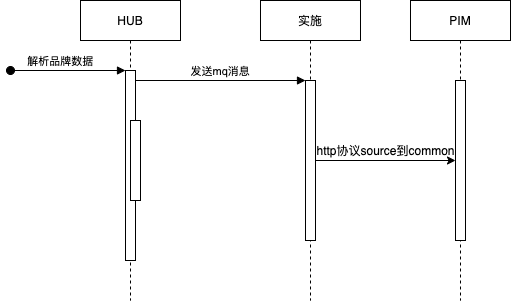
zq2020520/diagrams keeps this draw.io diagram as Untitled Diagram.png. Above is the earlier version. Source tidied: cells renumbered, new cells last; positions are measured from the earlier drawing's top-left corner, leaving out a move shared by most shapes.
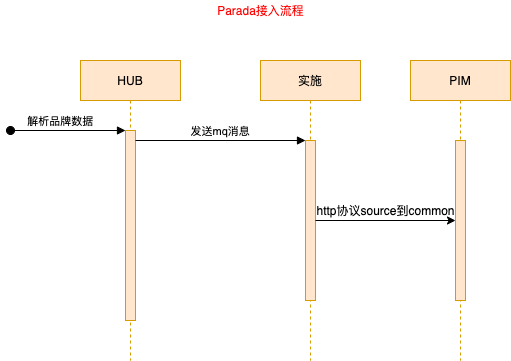
Later version of the same file.

Change to the diagram source:
```diff
@@ -2,10 +2,10 @@
   <root>
     <mxCell id="0" />
     <mxCell id="1" parent="0" />
-    <mxCell id="2" value="HUB" style="shape=umlLifeline;perimeter=lifelinePerimeter;rounded=0;shadow=0;strokeWidth=1;" parent="1" vertex="1">
+    <mxCell id="2" value="HUB" style="shape=umlLifeline;perimeter=lifelinePerimeter;rounded=0;shadow=0;strokeWidth=1;fillColor=#ffe6cc;strokeColor=#d79b00;" parent="1" vertex="1">
       <mxGeometry x="70" width="100" height="300" as="geometry" />
     </mxCell>
-    <mxCell id="3" style="points=[];perimeter=orthogonalPerimeter;rounded=0;shadow=0;strokeWidth=1;" parent="2" vertex="1">
+    <mxCell id="3" style="points=[];perimeter=orthogonalPerimeter;rounded=0;shadow=0;strokeWidth=1;fillColor=#ffe6cc;strokeColor=#d79b00;" parent="2" vertex="1">
       <mxGeometry x="45" y="70" width="10" height="190" as="geometry" />
     </mxCell>
     <mxCell id="4" value="解析品牌数据" style="verticalAlign=bottom;startArrow=oval;endArrow=block;startSize=8;shadow=0;strokeWidth=1;" parent="2" edge="1" target="3">
@@ -13,22 +13,19 @@
         <mxPoint x="-70" y="70" as="sourcePoint" />
       </mxGeometry>
     </mxCell>
-    <mxCell id="5" style="perimeter=orthogonalPerimeter;rounded=0;shadow=0;strokeWidth=1;" parent="2" vertex="1">
-      <mxGeometry x="50" y="120" width="10" height="80" as="geometry" />
-    </mxCell>
-    <mxCell id="6" value="实施" style="shape=umlLifeline;perimeter=lifelinePerimeter;rounded=0;shadow=0;strokeWidth=1;" parent="1" vertex="1">
+    <mxCell id="6" value="实施" style="shape=umlLifeline;perimeter=lifelinePerimeter;rounded=0;shadow=0;strokeWidth=1;fillColor=#ffe6cc;strokeColor=#d79b00;" parent="1" vertex="1">
       <mxGeometry x="250" width="100" height="300" as="geometry" />
     </mxCell>
-    <mxCell id="7" style="points=[];perimeter=orthogonalPerimeter;rounded=0;shadow=0;strokeWidth=1;" parent="6" vertex="1">
+    <mxCell id="7" style="points=[];perimeter=orthogonalPerimeter;rounded=0;shadow=0;strokeWidth=1;fillColor=#ffe6cc;strokeColor=#d79b00;" parent="6" vertex="1">
       <mxGeometry x="45" y="80" width="10" height="160" as="geometry" />
     </mxCell>
     <mxCell id="8" value="发送mq消息" style="verticalAlign=bottom;endArrow=block;entryX=0;entryY=0;shadow=0;strokeWidth=1;" parent="1" edge="1" source="3" target="7">
       <mxGeometry relative="1" as="geometry" />
     </mxCell>
-    <mxCell id="9" value="PIM" style="shape=umlLifeline;perimeter=lifelinePerimeter;rounded=0;shadow=0;strokeWidth=1;" parent="1" vertex="1">
+    <mxCell id="9" value="PIM" style="shape=umlLifeline;perimeter=lifelinePerimeter;rounded=0;shadow=0;strokeWidth=1;fillColor=#ffe6cc;strokeColor=#d79b00;" parent="1" vertex="1">
       <mxGeometry x="400" width="100" height="300" as="geometry" />
     </mxCell>
-    <mxCell id="10" style="points=[];perimeter=orthogonalPerimeter;rounded=0;shadow=0;strokeWidth=1;" parent="9" vertex="1">
+    <mxCell id="10" style="points=[];perimeter=orthogonalPerimeter;rounded=0;shadow=0;strokeWidth=1;fillColor=#ffe6cc;strokeColor=#d79b00;" parent="9" vertex="1">
       <mxGeometry x="45" y="80" width="10" height="160" as="geometry" />
     </mxCell>
     <mxCell id="11" style="edgeStyle=orthogonalEdgeStyle;rounded=0;jettySize=auto;html=1;" parent="1" edge="1" source="7" target="10">
@@ -37,5 +34,8 @@
     <mxCell id="12" value="http协议source到common" style="text;html=1;align=center;verticalAlign=middle;" parent="1" vertex="1">
       <mxGeometry x="300" y="140" width="150" height="20" as="geometry" />
     </mxCell>
+    <mxCell id="13" value="&lt;font color=&quot;#ff0000&quot;&gt;Parada接入流程&lt;/font&gt;" style="text;html=1;align=center;verticalAlign=middle;" parent="1" vertex="1">
+      <mxGeometry x="200" y="-60" width="100" height="20" as="geometry" />
+    </mxCell>
   </root>
 </mxGraphModel>
```
